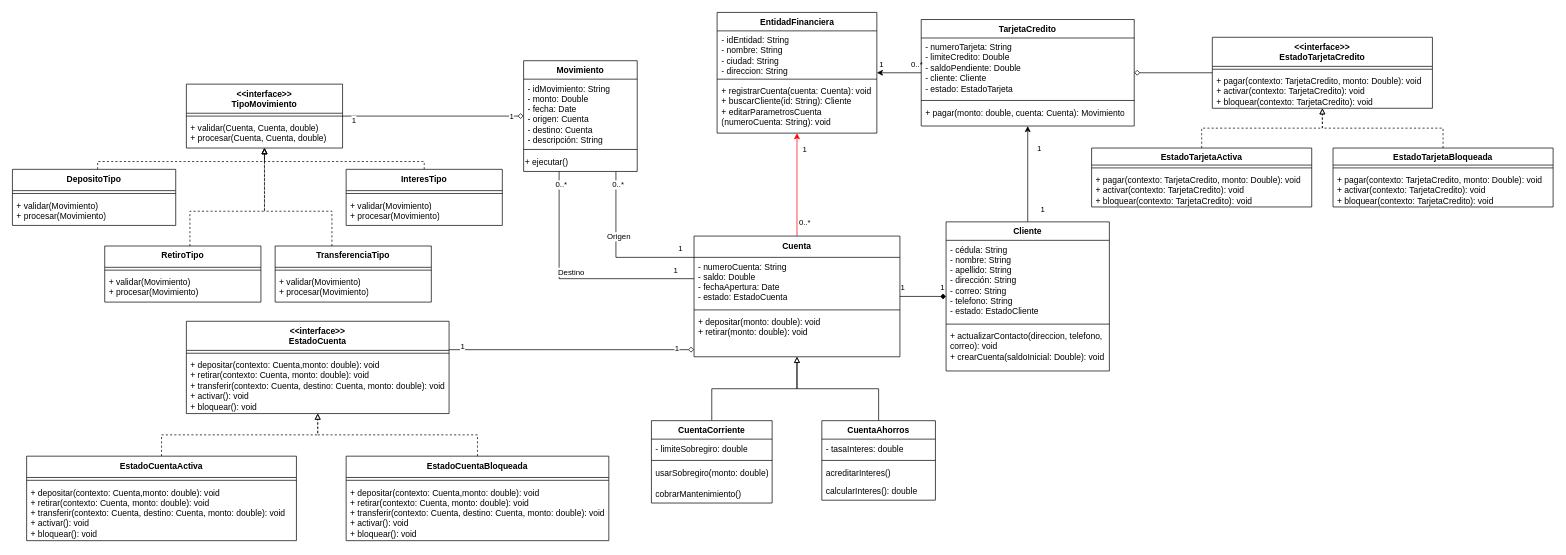
The draw.io diagram page "V2" (2 of 3) of doc/Diagrama de clases - Sistema Bancario v1.drawio in BryanGuano02/Bank-app, before the edit. Source tidied: cells renumbered, new cells numbered last; positions are measured from the earlier drawing's top-left corner, leaving out a move shared by most shapes. Both pictures are drawn from the tidied source at 71%, with x=0, y=0 at pixel (12, 12).
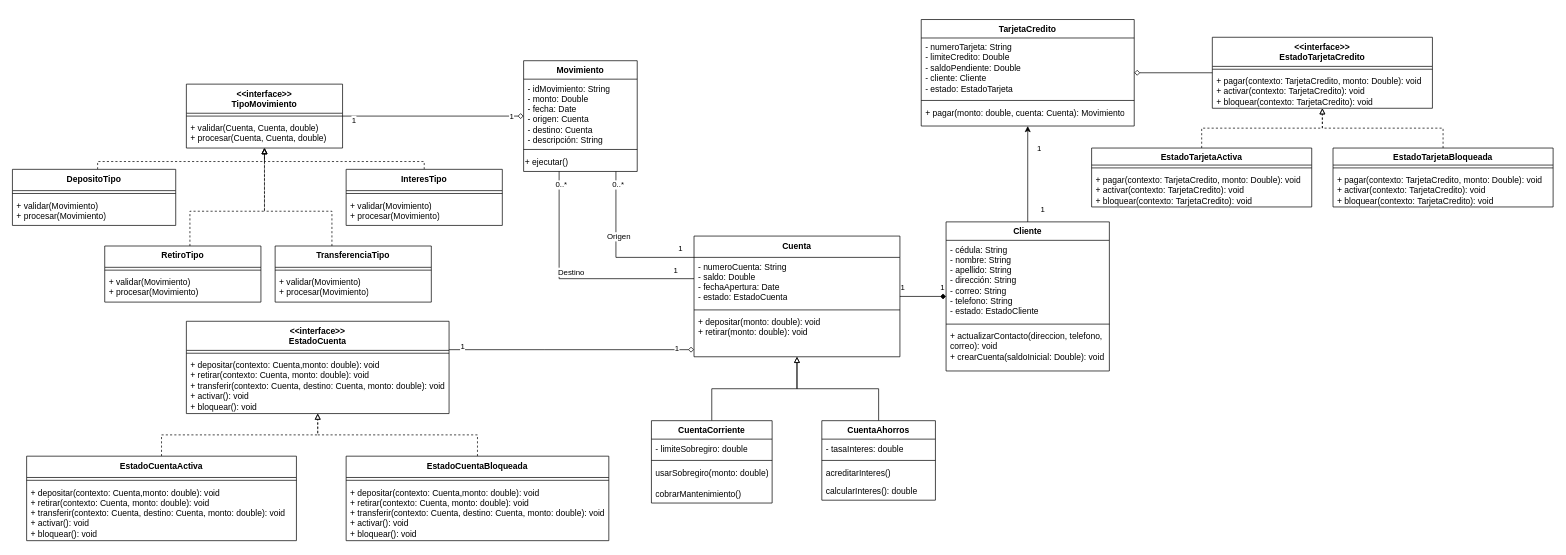
The same page after the edit.

Commit message:
refactor: correct class diagram

The change refers to these unchanged cells:
```xml
<mxCell id="9" value="TarjetaCredito" style="swimlane;fontStyle=1;align=center;verticalAlign=top;horizontal=1;startSize=26;whiteSpace=wrap;html=1;" parent="1" vertex="1">
  <mxGeometry x="1280" y="10" width="300" height="150" as="geometry" />
</mxCell>
<mxCell id="26" value="&lt;div&gt;&lt;span style=&quot;background-color: transparent; color: light-dark(rgb(0, 0, 0), rgb(255, 255, 255));&quot;&gt;Cuenta&lt;/span&gt;&lt;/div&gt;" style="swimlane;fontStyle=1;align=center;verticalAlign=top;horizontal=1;startSize=30;whiteSpace=wrap;html=1;" parent="1" vertex="1">
  <mxGeometry x="960" y="315" width="290" height="170" as="geometry" />
</mxCell>
```

Change to the diagram source:
```diff
@@
-    <mxCell id="2" value="EntidadFinanciera" style="swimlane;fontStyle=1;align=center;verticalAlign=top;horizontal=1;startSize=26;whiteSpace=wrap;html=1;" parent="1" vertex="1">
-      <mxGeometry x="992.5" width="225" height="170" as="geometry" />
-    </mxCell>
-    <mxCell id="3" value="- idEntidad: String&lt;div&gt;-&amp;nbsp;&lt;span style=&quot;background-color: transparent; color: light-dark(rgb(0, 0, 0), rgb(255, 255, 255));&quot;&gt;nombre: String&lt;/span&gt;&lt;/div&gt;&lt;div&gt;&lt;span style=&quot;background-color: transparent; color: light-dark(rgb(0, 0, 0), rgb(255, 255, 255));&quot;&gt;-&amp;nbsp;&lt;/span&gt;&lt;span style=&quot;background-color: transparent; color: light-dark(rgb(0, 0, 0), rgb(255, 255, 255));&quot;&gt;ciudad: String&lt;/span&gt;&lt;/div&gt;&lt;div&gt;&lt;span style=&quot;background-color: transparent; color: light-dark(rgb(0, 0, 0), rgb(255, 255, 255));&quot;&gt;-&amp;nbsp;&lt;/span&gt;&lt;span style=&quot;background-color: transparent; color: light-dark(rgb(0, 0, 0), rgb(255, 255, 255));&quot;&gt;direccion: String&lt;/span&gt;&lt;/div&gt;" style="text;strokeColor=none;fillColor=none;align=left;verticalAlign=top;spacingLeft=4;spacingRight=4;overflow=hidden;whiteSpace=wrap;html=1;" parent="2" vertex="1">
-      <mxGeometry y="26" width="225" height="64" as="geometry" />
-    </mxCell>
-    <mxCell id="4" style="line;strokeWidth=1;fillColor=none;align=left;verticalAlign=middle;spacingTop=-1;spacingLeft=3;spacingRight=3;labelPosition=right;strokeColor=inherit;" parent="2" vertex="1">
-      <mxGeometry y="90" width="225" height="8" as="geometry" />
-    </mxCell>
-    <mxCell id="5" value="+ registrarCuenta(cuenta: Cuenta): void&lt;div&gt;+ buscarCliente(id: String): Cliente&lt;/div&gt;&lt;div&gt;+&amp;nbsp;&lt;span style=&quot;background-color: transparent; color: light-dark(rgb(0, 0, 0), rgb(255, 255, 255));&quot;&gt;editarParametrosCuenta (numeroCuenta: String): void&lt;/span&gt;&lt;/div&gt;" style="text;strokeColor=none;fillColor=none;align=left;verticalAlign=top;spacingLeft=4;spacingRight=4;overflow=hidden;whiteSpace=wrap;html=1;" parent="2" vertex="1">
-      <mxGeometry y="98" width="225" height="72" as="geometry" />
-    </mxCell>
-    <mxCell id="6" style="edgeStyle=orthogonalEdgeStyle;rounded=0;jettySize=auto;html=1;" parent="1" edge="1" source="9" target="2">
-      <mxGeometry relative="1" as="geometry" />
-    </mxCell>
-    <mxCell id="7" value="0..*" style="edgeLabel;html=1;align=center;verticalAlign=middle;" parent="6" vertex="1">
-      <mxGeometry x="-0.79" relative="1" as="geometry">
-        <mxPoint y="-13" as="offset" />
-      </mxGeometry>
-    </mxCell>
-    <mxCell id="8" value="1" style="edgeLabel;html=1;align=center;verticalAlign=middle;" parent="6" vertex="1">
-      <mxGeometry x="0.81" y="-1" relative="1" as="geometry">
-        <mxPoint y="-12" as="offset" />
-      </mxGeometry>
-    </mxCell>
@@
-    <mxCell id="23" style="edgeStyle=orthogonalEdgeStyle;rounded=0;jettySize=auto;html=1;strokeColor=#FF0000;" parent="1" edge="1" source="26" target="2">
-      <mxGeometry relative="1" as="geometry" />
-    </mxCell>
-    <mxCell id="24" value="0..*" style="edgeLabel;html=1;align=center;verticalAlign=middle;" parent="23" vertex="1">
-      <mxGeometry x="-0.72" y="-1" relative="1" as="geometry">
-        <mxPoint x="9" as="offset" />
-      </mxGeometry>
-    </mxCell>
-    <mxCell id="25" value="1" style="edgeLabel;html=1;align=center;verticalAlign=middle;" parent="23" vertex="1">
-      <mxGeometry x="0.69" y="-1" relative="1" as="geometry">
-        <mxPoint x="9" as="offset" />
-      </mxGeometry>
-    </mxCell>
```
